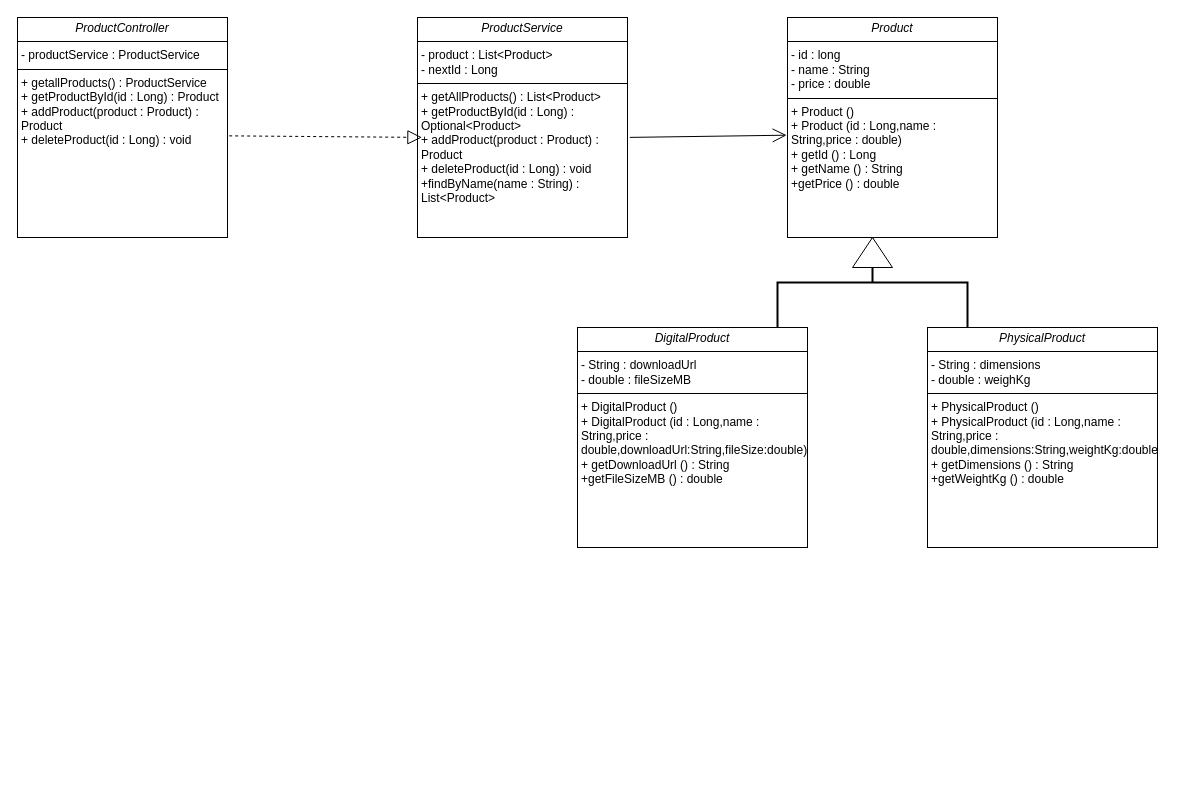
Above: docs/uml/Product.drawio in senuri-k/TUTORIAL1 (draw.io), before the change. Source tidied: cells renumbered, new cells numbered last; positions are measured from the earlier drawing's top-left corner, leaving out a move shared by most shapes. Both pictures are drawn from the tidied source at 100%, with x=0, y=0 at pixel (17, 17).
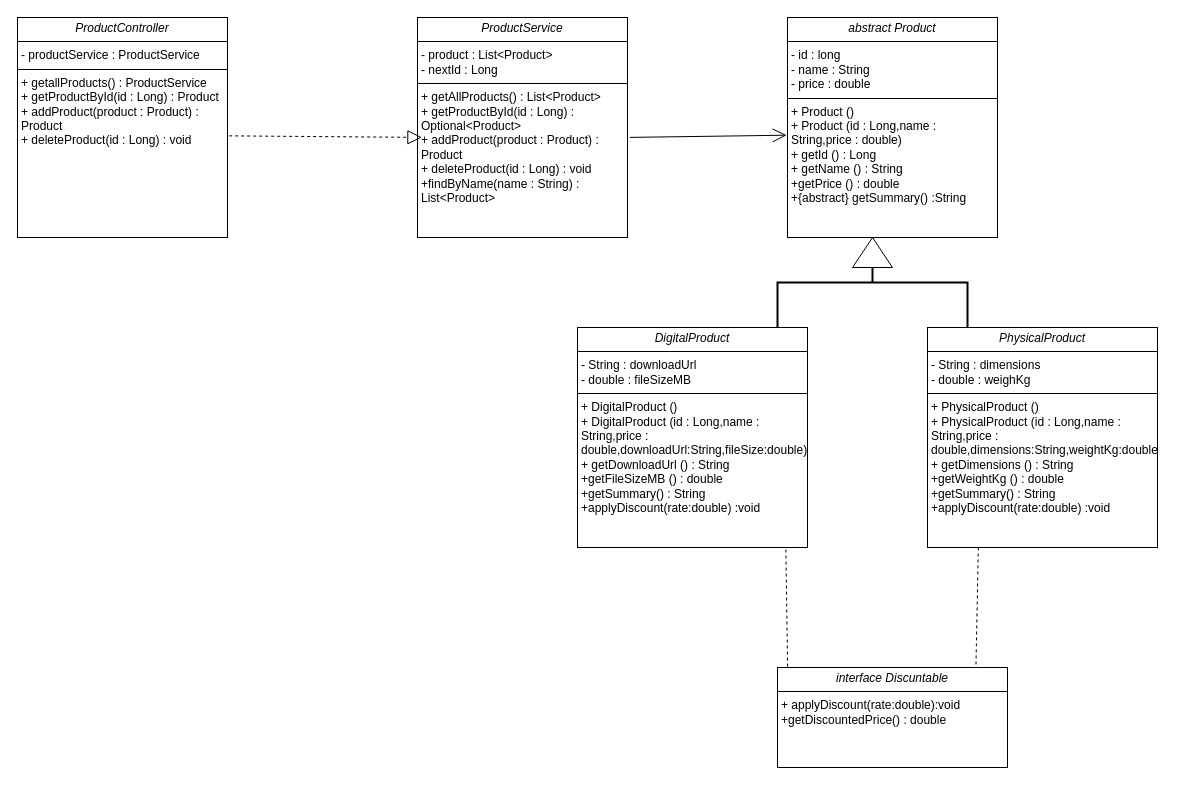
Above is the later version.

Commit message (it also covers changes not shown here):
Tutorial 5: polymorphism — getSummary override and Discountable interface.

The edit, as a diff of the source:
```diff
@@
 <mxGraphModel>
   <root>
     <mxCell id="0" />
     <mxCell id="1" parent="0" />
-    <mxCell id="2" value="&lt;p style=&quot;margin:0px;margin-top:4px;text-align:center;&quot;&gt;&lt;i&gt;Product&lt;/i&gt;&lt;/p&gt;&lt;hr size=&quot;1&quot; style=&quot;border-style:solid;&quot;&gt;&lt;p style=&quot;margin:0px;margin-left:4px;&quot;&gt;- id : long&lt;br&gt;- name : String&lt;/p&gt;&lt;p style=&quot;margin:0px;margin-left:4px;&quot;&gt;- price : double&lt;/p&gt;&lt;hr size=&quot;1&quot; style=&quot;border-style:solid;&quot;&gt;&lt;p style=&quot;margin:0px;margin-left:4px;&quot;&gt;+ Product ()&lt;br&gt;+ Product (id : Long,name : String,price : double)&lt;/p&gt;&lt;p style=&quot;margin:0px;margin-left:4px;&quot;&gt;+ getId () : Long&lt;/p&gt;&lt;p style=&quot;margin:0px;margin-left:4px;&quot;&gt;+ getName () : String&lt;/p&gt;&lt;p style=&quot;margin:0px;margin-left:4px;&quot;&gt;+getPrice () : double&lt;/p&gt;&lt;p style=&quot;margin:0px;margin-left:4px;&quot;&gt;&lt;br&gt;&lt;/p&gt;" style="verticalAlign=top;align=left;overflow=fill;html=1;whiteSpace=wrap;" parent="1" vertex="1">
+    <mxCell id="2" value="&lt;p style=&quot;margin:0px;margin-top:4px;text-align:center;&quot;&gt;&lt;i&gt;abstract Product&lt;/i&gt;&lt;/p&gt;&lt;hr size=&quot;1&quot; style=&quot;border-style:solid;&quot;&gt;&lt;p style=&quot;margin:0px;margin-left:4px;&quot;&gt;- id : long&lt;br&gt;- name : String&lt;/p&gt;&lt;p style=&quot;margin:0px;margin-left:4px;&quot;&gt;- price : double&lt;/p&gt;&lt;hr size=&quot;1&quot; style=&quot;border-style:solid;&quot;&gt;&lt;p style=&quot;margin:0px;margin-left:4px;&quot;&gt;+ Product ()&lt;br&gt;+ Product (id : Long,name : String,price : double)&lt;/p&gt;&lt;p style=&quot;margin:0px;margin-left:4px;&quot;&gt;+ getId () : Long&lt;/p&gt;&lt;p style=&quot;margin:0px;margin-left:4px;&quot;&gt;+ getName () : String&lt;/p&gt;&lt;p style=&quot;margin:0px;margin-left:4px;&quot;&gt;+getPrice () : double&lt;/p&gt;&lt;p style=&quot;margin:0px;margin-left:4px;&quot;&gt;+{abstract} getSummary() :String&lt;/p&gt;" style="verticalAlign=top;align=left;overflow=fill;html=1;whiteSpace=wrap;" parent="1" vertex="1">
       <mxGeometry x="770" width="210" height="220" as="geometry" />
     </mxCell>
     <mxCell id="3" value="&lt;p style=&quot;margin:0px;margin-top:4px;text-align:center;&quot;&gt;&lt;i&gt;ProductService&lt;/i&gt;&lt;/p&gt;&lt;hr size=&quot;1&quot; style=&quot;border-style:solid;&quot;&gt;&lt;p style=&quot;margin:0px;margin-left:4px;&quot;&gt;- product : List&amp;lt;Product&amp;gt;&lt;br&gt;- nextId : Long&lt;/p&gt;&lt;hr size=&quot;1&quot; style=&quot;border-style:solid;&quot;&gt;&lt;p style=&quot;margin:0px;margin-left:4px;&quot;&gt;+ getAllProducts() : List&amp;lt;Product&amp;gt;&lt;br&gt;+ getProductById(id : Long) : Optional&amp;lt;Product&amp;gt;&lt;/p&gt;&lt;p style=&quot;margin:0px;margin-left:4px;&quot;&gt;+ addProduct(product : Product) : Product&lt;/p&gt;&lt;p style=&quot;margin:0px;margin-left:4px;&quot;&gt;+ deleteProduct(id : Long) : void&lt;/p&gt;&lt;p style=&quot;margin:0px;margin-left:4px;&quot;&gt;+findByName(name : String) : List&amp;lt;Product&amp;gt;&lt;/p&gt;&lt;p style=&quot;margin:0px;margin-left:4px;&quot;&gt;&lt;br&gt;&lt;/p&gt;" style="verticalAlign=top;align=left;overflow=fill;html=1;whiteSpace=wrap;" parent="1" vertex="1">
       <mxGeometry x="400" width="210" height="220" as="geometry" />
     </mxCell>
     <mxCell id="4" value="&lt;p style=&quot;margin:0px;margin-top:4px;text-align:center;&quot;&gt;&lt;i&gt;ProductController&lt;/i&gt;&lt;/p&gt;&lt;hr size=&quot;1&quot; style=&quot;border-style:solid;&quot;&gt;&lt;p style=&quot;margin:0px;margin-left:4px;&quot;&gt;- productService : ProductService&lt;br&gt;&lt;/p&gt;&lt;hr size=&quot;1&quot; style=&quot;border-style:solid;&quot;&gt;&lt;p style=&quot;margin:0px;margin-left:4px;&quot;&gt;+ getallProducts() : ProductService&lt;br&gt;+ getProductById(id : Long) : Product&lt;/p&gt;&lt;p style=&quot;margin:0px;margin-left:4px;&quot;&gt;+ addProduct(product : Product) : Product&lt;/p&gt;&lt;p style=&quot;margin:0px;margin-left:4px;&quot;&gt;+ deleteProduct(id : Long) : void&lt;/p&gt;&lt;p style=&quot;margin:0px;margin-left:4px;&quot;&gt;&lt;br&gt;&lt;/p&gt;&lt;p style=&quot;margin:0px;margin-left:4px;&quot;&gt;&lt;br&gt;&lt;/p&gt;" style="verticalAlign=top;align=left;overflow=fill;html=1;whiteSpace=wrap;" parent="1" vertex="1">
       <mxGeometry width="210" height="220" as="geometry" />
     </mxCell>
     <mxCell id="5" style="endArrow=block;dashed=1;endFill=0;endSize=12;html=1;rounded=0;exitX=1.008;exitY=0.538;exitDx=0;exitDy=0;exitPerimeter=0;entryX=0.021;entryY=0.545;entryDx=0;entryDy=0;entryPerimeter=0;" parent="1" edge="1" source="4" target="3">
       <mxGeometry relative="1" as="geometry" />
     </mxCell>
     <mxCell id="6" style="endArrow=open;endFill=1;endSize=12;html=1;rounded=0;entryX=-0.004;entryY=0.535;entryDx=0;entryDy=0;entryPerimeter=0;exitX=1.011;exitY=0.545;exitDx=0;exitDy=0;exitPerimeter=0;" parent="1" edge="1" source="3" target="2">
       <mxGeometry relative="1" as="geometry" />
     </mxCell>
-    <mxCell id="7" value="&lt;p style=&quot;margin:0px;margin-top:4px;text-align:center;&quot;&gt;&lt;i&gt;DigitalProduct&lt;/i&gt;&lt;/p&gt;&lt;hr size=&quot;1&quot; style=&quot;border-style:solid;&quot;&gt;&lt;p style=&quot;margin:0px;margin-left:4px;&quot;&gt;- String : downloadUrl&lt;br&gt;- double : fileSizeMB&lt;/p&gt;&lt;hr size=&quot;1&quot; style=&quot;border-style:solid;&quot;&gt;&lt;p style=&quot;margin:0px;margin-left:4px;&quot;&gt;+ DigitalProduct ()&lt;br&gt;+ DigitalProduct (id : Long,name : String,price : double,downloadUrl:String,fileSize:double)&lt;/p&gt;&lt;p style=&quot;margin:0px;margin-left:4px;&quot;&gt;+ getDownloadUrl () : String&lt;/p&gt;&lt;p style=&quot;margin:0px;margin-left:4px;&quot;&gt;+getFileSizeMB () : double&lt;/p&gt;&lt;p style=&quot;margin:0px;margin-left:4px;&quot;&gt;&lt;br&gt;&lt;/p&gt;" style="verticalAlign=top;align=left;overflow=fill;html=1;whiteSpace=wrap;" parent="1" vertex="1">
+    <mxCell id="7" value="&lt;p style=&quot;margin:0px;margin-top:4px;text-align:center;&quot;&gt;&lt;i&gt;DigitalProduct&lt;/i&gt;&lt;/p&gt;&lt;hr size=&quot;1&quot; style=&quot;border-style:solid;&quot;&gt;&lt;p style=&quot;margin:0px;margin-left:4px;&quot;&gt;- String : downloadUrl&lt;br&gt;- double : fileSizeMB&lt;/p&gt;&lt;hr size=&quot;1&quot; style=&quot;border-style:solid;&quot;&gt;&lt;p style=&quot;margin:0px;margin-left:4px;&quot;&gt;+ DigitalProduct ()&lt;br&gt;+ DigitalProduct (id : Long,name : String,price : double,downloadUrl:String,fileSize:double)&lt;/p&gt;&lt;p style=&quot;margin:0px;margin-left:4px;&quot;&gt;+ getDownloadUrl () : String&lt;/p&gt;&lt;p style=&quot;margin:0px;margin-left:4px;&quot;&gt;+getFileSizeMB () : double&lt;/p&gt;&lt;p style=&quot;margin:0px;margin-left:4px;&quot;&gt;+getSummary() : String&lt;/p&gt;&lt;p style=&quot;margin:0px;margin-left:4px;&quot;&gt;+applyDiscount(rate:double) :void&amp;nbsp;&lt;/p&gt;" style="verticalAlign=top;align=left;overflow=fill;html=1;whiteSpace=wrap;" parent="1" vertex="1">
       <mxGeometry x="560" y="310" width="230" height="220" as="geometry" />
     </mxCell>
-    <mxCell id="8" value="&lt;p style=&quot;margin:0px;margin-top:4px;text-align:center;&quot;&gt;&lt;i&gt;PhysicalProduct&lt;/i&gt;&lt;/p&gt;&lt;hr size=&quot;1&quot; style=&quot;border-style:solid;&quot;&gt;&lt;p style=&quot;margin:0px;margin-left:4px;&quot;&gt;- String : dimensions&lt;br&gt;- double :&amp;nbsp;&lt;span style=&quot;background-color: transparent; color: light-dark(rgb(0, 0, 0), rgb(255, 255, 255));&quot;&gt;weighKg&lt;/span&gt;&lt;/p&gt;&lt;hr size=&quot;1&quot; style=&quot;border-style:solid;&quot;&gt;&lt;p style=&quot;margin:0px;margin-left:4px;&quot;&gt;+ PhysicalProduct ()&lt;br&gt;+ PhysicalProduct (id : Long,name : String,price : double,dimensions:String,weightKg:double)&lt;/p&gt;&lt;p style=&quot;margin:0px;margin-left:4px;&quot;&gt;+ getDimensions () : String&lt;/p&gt;&lt;p style=&quot;margin:0px;margin-left:4px;&quot;&gt;+getWeightKg () : double&lt;/p&gt;&lt;p style=&quot;margin:0px;margin-left:4px;&quot;&gt;&lt;br&gt;&lt;/p&gt;" style="verticalAlign=top;align=left;overflow=fill;html=1;whiteSpace=wrap;" parent="1" vertex="1">
+    <mxCell id="8" value="&lt;p style=&quot;margin:0px;margin-top:4px;text-align:center;&quot;&gt;&lt;i&gt;PhysicalProduct&lt;/i&gt;&lt;/p&gt;&lt;hr size=&quot;1&quot; style=&quot;border-style:solid;&quot;&gt;&lt;p style=&quot;margin:0px;margin-left:4px;&quot;&gt;- String : dimensions&lt;br&gt;- double :&amp;nbsp;&lt;span style=&quot;background-color: transparent; color: light-dark(rgb(0, 0, 0), rgb(255, 255, 255));&quot;&gt;weighKg&lt;/span&gt;&lt;/p&gt;&lt;hr size=&quot;1&quot; style=&quot;border-style:solid;&quot;&gt;&lt;p style=&quot;margin:0px;margin-left:4px;&quot;&gt;+ PhysicalProduct ()&lt;br&gt;+ PhysicalProduct (id : Long,name : String,price : double,dimensions:String,weightKg:double)&lt;/p&gt;&lt;p style=&quot;margin:0px;margin-left:4px;&quot;&gt;+ getDimensions () : String&lt;/p&gt;&lt;p style=&quot;margin:0px;margin-left:4px;&quot;&gt;+getWeightKg () : double&lt;/p&gt;&lt;p style=&quot;margin: 0px 0px 0px 4px;&quot;&gt;+getSummary() : String&lt;/p&gt;&lt;p style=&quot;margin: 0px 0px 0px 4px;&quot;&gt;+applyDiscount(rate:double) :void&amp;nbsp;&lt;/p&gt;" style="verticalAlign=top;align=left;overflow=fill;html=1;whiteSpace=wrap;" parent="1" vertex="1">
       <mxGeometry x="910" y="310" width="230" height="220" as="geometry" />
     </mxCell>
     <mxCell id="9" style="strokeWidth=2;html=1;shape=mxgraph.flowchart.annotation_2;align=left;labelPosition=right;direction=south;" parent="1" vertex="1">
       <mxGeometry x="760" y="220" width="190" height="90" as="geometry" />
     </mxCell>
     <mxCell id="10" style="triangle;whiteSpace=wrap;html=1;shapeInside=1;direction=north;" parent="1" vertex="1">
       <mxGeometry x="835" y="220" width="40" height="30" as="geometry" />
     </mxCell>
+    <mxCell id="11" value="&lt;p style=&quot;margin:0px;margin-top:4px;text-align:center;&quot;&gt;&lt;i&gt;interface Discuntable&lt;/i&gt;&lt;/p&gt;&lt;hr size=&quot;1&quot; style=&quot;border-style:solid;&quot;&gt;&lt;p style=&quot;margin:0px;margin-left:4px;&quot;&gt;&lt;/p&gt;&lt;p style=&quot;margin:0px;margin-left:4px;&quot;&gt;+ applyDiscount(rate:double):void&amp;nbsp;&lt;/p&gt;&lt;p style=&quot;margin:0px;margin-left:4px;&quot;&gt;+getDiscountedPrice() : double&lt;/p&gt;" style="verticalAlign=top;align=left;overflow=fill;html=1;whiteSpace=wrap;" parent="1" vertex="1">
+      <mxGeometry x="760" y="650" width="230" height="100" as="geometry" />
+    </mxCell>
+    <mxCell id="12" style="endArrow=none;dashed=1;html=1;rounded=0;exitX=0.044;exitY=-0.009;exitDx=0;exitDy=0;exitPerimeter=0;entryX=0.906;entryY=1.008;entryDx=0;entryDy=0;entryPerimeter=0;" parent="1" edge="1" source="11" target="7">
+      <mxGeometry relative="1" as="geometry" />
+    </mxCell>
+    <mxCell id="13" style="endArrow=none;dashed=1;html=1;rounded=0;exitX=0.863;exitY=-0.031;exitDx=0;exitDy=0;exitPerimeter=0;entryX=0.221;entryY=1.001;entryDx=0;entryDy=0;entryPerimeter=0;" parent="1" edge="1" source="11" target="8">
+      <mxGeometry relative="1" as="geometry" />
+    </mxCell>
   </root>
 </mxGraphModel>
```
